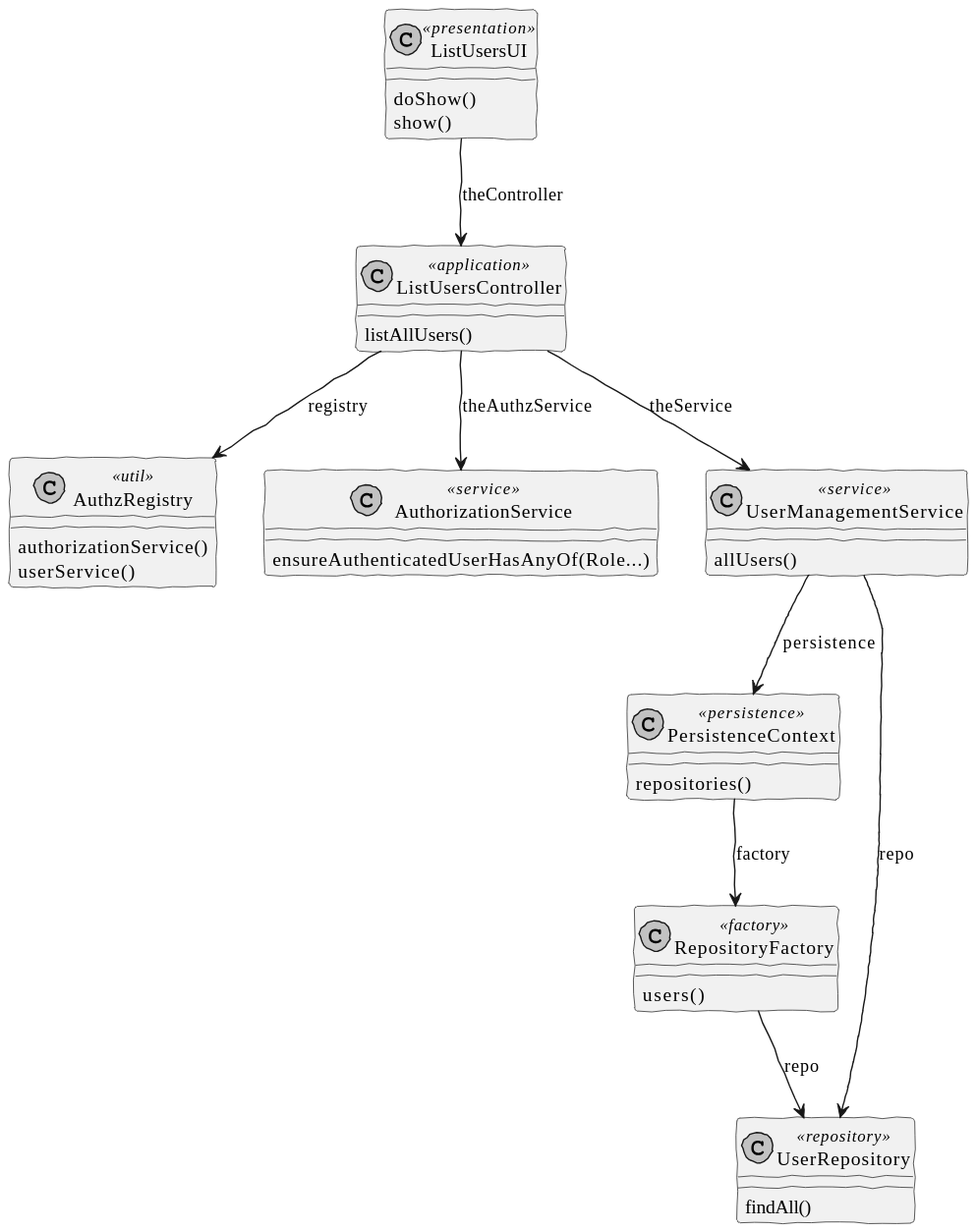
brunacosta03/sem4pi_22_23 keeps this PlantUML diagram as docs/SPRINT B/US_1001/CD/ListUsers-CD.svg. Above is the earlier version.
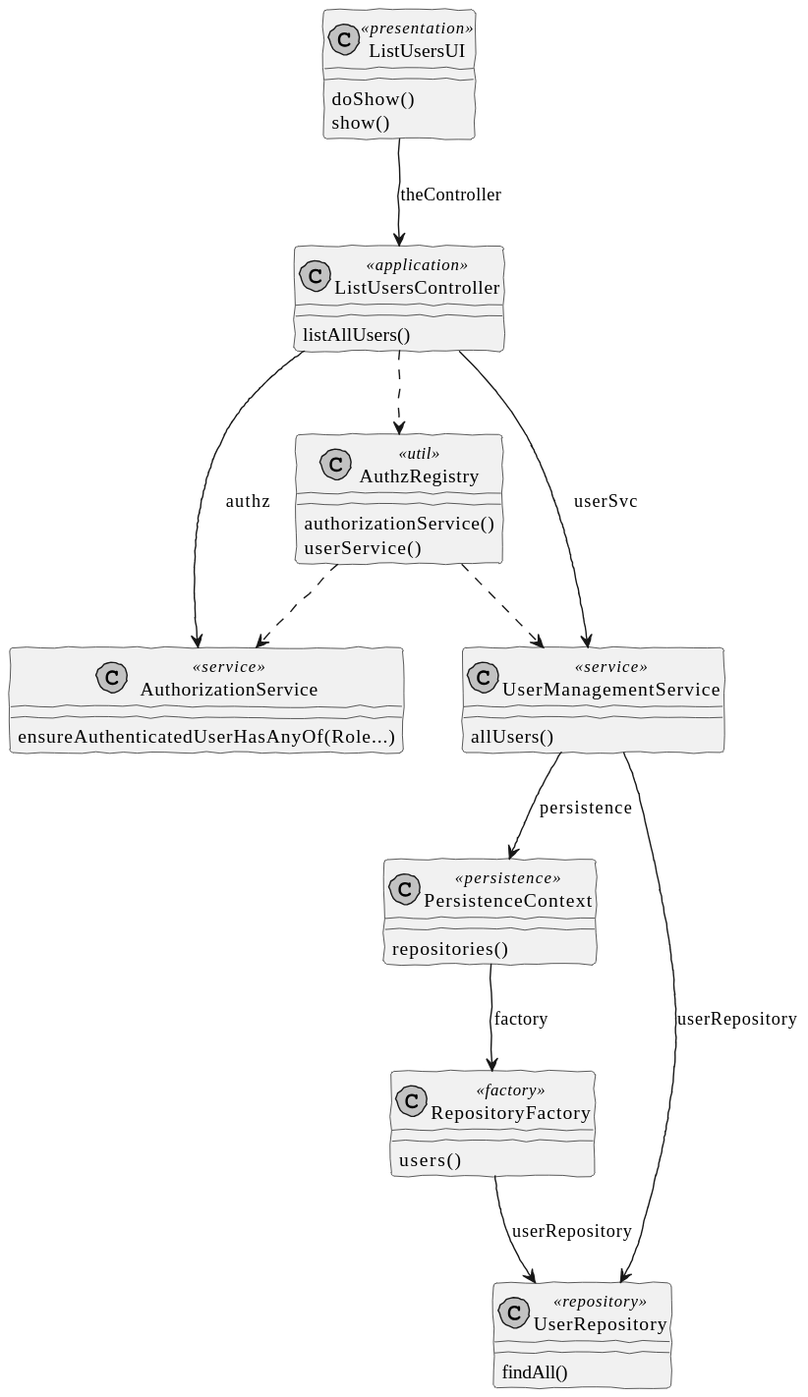
Above is the later version.

What changed in the source:
```diff
@@ -7,31 +7,33 @@
 
 class ListUsersUI <<presentation>>
 class ListUsersController <<application>>
-class AuthzRegistry <<util>>
 class AuthorizationService <<service>>
 class UserManagementService <<service>>
+class AuthzRegistry <<util>>
 class PersistenceContext  <<persistence>>
 class RepositoryFactory  <<factory>>
 class UserRepository <<repository>>
 
 ListUsersUI --> ListUsersController : theController
-ListUsersController --> AuthorizationService: theAuthzService
-ListUsersController --> UserManagementService: theService
+ListUsersController --> AuthorizationService: authz
+ListUsersController --> UserManagementService: userSvc
+ListUsersController ..> AuthzRegistry
+AuthzRegistry ..> AuthorizationService
+AuthzRegistry ..> UserManagementService
 UserManagementService --> PersistenceContext: persistence
 PersistenceContext --> RepositoryFactory: factory
-RepositoryFactory --> UserRepository: repo
-UserManagementService --> UserRepository: repo
-ListUsersController --> AuthzRegistry: registry
+RepositoryFactory --> UserRepository: userRepository
+UserManagementService --> UserRepository: userRepository
 
 ListUsersUI : doShow()
 ListUsersUI : show()
 ListUsersController : listAllUsers()
-AuthzRegistry : authorizationService()
-AuthzRegistry : userService()
 AuthorizationService : ensureAuthenticatedUserHasAnyOf(Role...)
 UserManagementService : allUsers()
 PersistenceContext : repositories()
 RepositoryFactory : users()
 UserRepository : findAll()
+AuthzRegistry : authorizationService()
+AuthzRegistry : userService()
 
 @enduml
```
